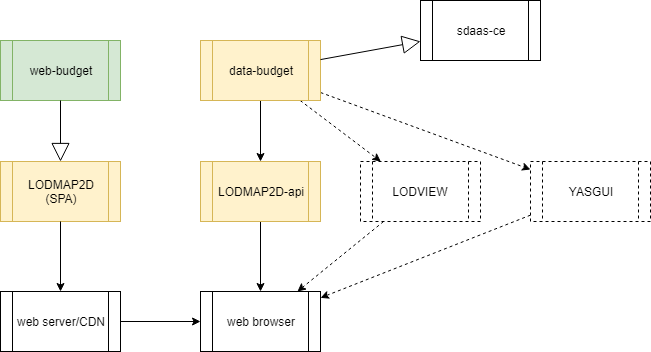
Earlier version of the draw.io export doc/architecture.png (g0v-it/web-budget). Source tidied: cells renumbered, new cells last; positions are measured from the earlier drawing's top-left corner, leaving out a move shared by most shapes.
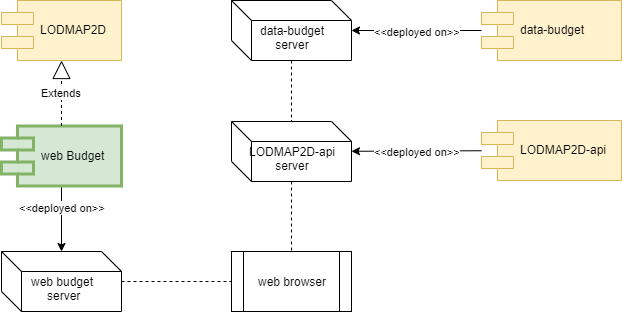
Above is the later version.

The edit, as a diff of the source:
```diff
@@ -2,62 +2,63 @@
   <root>
     <mxCell id="0" />
     <mxCell id="1" parent="0" />
-    <mxCell id="2" style="edgeStyle=none;rounded=0;jettySize=auto;html=1;" parent="1" edge="1" source="10" target="5">
+    <mxCell id="2" style="edgeStyle=orthogonalEdgeStyle;rounded=0;jettySize=auto;html=1;dashed=1;endArrow=none;endFill=0;" parent="1" edge="1" source="10" target="5">
       <mxGeometry relative="1" as="geometry" />
     </mxCell>
-    <mxCell id="3" style="edgeStyle=none;rounded=0;jettySize=auto;html=1;dashed=1;" parent="1" edge="1" source="10" target="8">
-      <mxGeometry relative="1" as="geometry" />
-    </mxCell>
-    <mxCell id="4" style="rounded=0;jettySize=auto;html=1;" parent="1" edge="1" source="5" target="16">
+    <mxCell id="4" style="rounded=0;jettySize=auto;html=1;dashed=1;endArrow=none;endFill=0;" parent="1" edge="1" source="5" target="16">
       <mxGeometry relative="1" as="geometry" />
     </mxCell>
-    <mxCell id="5" value="LODMAP2D-api" style="shape=process;whiteSpace=wrap;html=1;backgroundOutline=1;fillColor=#fff2cc;strokeColor=#d6b656;" parent="1" vertex="1">
+    <mxCell id="5" value="&lt;br&gt;LODMAP2D-api&lt;br&gt;server" style="shape=cube;whiteSpace=wrap;html=1;backgroundOutline=1;" parent="1" vertex="1">
       <mxGeometry x="200" y="161" width="120" height="60" as="geometry" />
     </mxCell>
-    <mxCell id="6" value="LODMAP2D&lt;br&gt;(SPA)" style="shape=process;whiteSpace=wrap;html=1;backgroundOutline=1;fillColor=#fff2cc;strokeColor=#d6b656;" parent="1" vertex="1">
-      <mxGeometry y="161" width="120" height="60" as="geometry" />
-    </mxCell>
-    <mxCell id="7" style="edgeStyle=none;rounded=0;jettySize=auto;html=1;startArrow=none;startFill=0;dashed=1;" parent="1" edge="1" source="8" target="16">
-      <mxGeometry relative="1" as="geometry" />
-    </mxCell>
-    <mxCell id="8" value="LODVIEW" style="shape=process;whiteSpace=wrap;html=1;backgroundOutline=1;fillColor=#ffffff;strokeColor=#000000;dashed=1;" parent="1" vertex="1">
-      <mxGeometry x="360" y="161" width="120" height="60" as="geometry" />
-    </mxCell>
-    <mxCell id="9" style="rounded=0;jettySize=auto;html=1;dashed=1;" parent="1" edge="1" source="10" target="12">
-      <mxGeometry relative="1" as="geometry" />
-    </mxCell>
-    <mxCell id="10" value="data-budget" style="shape=process;whiteSpace=wrap;html=1;backgroundOutline=1;fillColor=#fff2cc;strokeColor=#d6b656;" parent="1" vertex="1">
+    <mxCell id="10" value="&lt;br&gt;data-budget&lt;br&gt;server" style="shape=cube;whiteSpace=wrap;html=1;backgroundOutline=1;" parent="1" vertex="1">
       <mxGeometry x="200" y="40" width="120" height="60" as="geometry" />
     </mxCell>
-    <mxCell id="11" style="edgeStyle=none;rounded=0;jettySize=auto;html=1;startArrow=none;startFill=0;dashed=1;" parent="1" edge="1" source="12" target="16">
-      <mxGeometry relative="1" as="geometry" />
-    </mxCell>
-    <mxCell id="12" value="YASGUI" style="shape=process;whiteSpace=wrap;html=1;backgroundOutline=1;fillColor=#ffffff;strokeColor=#000000;dashed=1;" parent="1" vertex="1">
-      <mxGeometry x="530" y="161" width="120" height="60" as="geometry" />
-    </mxCell>
-    <mxCell id="13" style="edgeStyle=none;rounded=0;jettySize=auto;html=1;startArrow=none;startFill=0;" parent="1" edge="1" source="6" target="14">
+    <mxCell id="13" style="edgeStyle=none;rounded=0;jettySize=auto;html=1;startArrow=none;startFill=0;" parent="1" edge="1" source="22" target="14">
       <mxGeometry relative="1" as="geometry" />
     </mxCell>
+    <mxCell id="21" value="&lt;font style=&quot;font-size: 11px&quot;&gt;&amp;lt;&amp;lt;deployed on&amp;gt;&amp;gt;&lt;/font&gt;" style="text;html=1;align=center;verticalAlign=middle;labelBackgroundColor=#ffffff;" parent="13" vertex="1">
+      <mxGeometry x="-0.37" relative="1" as="geometry" />
+    </mxCell>
-    <mxCell id="14" value="web server/CDN" style="shape=process;whiteSpace=wrap;html=1;backgroundOutline=1;" parent="1" vertex="1">
-      <mxGeometry y="291" width="120" height="60" as="geometry" />
+    <mxCell id="14" value="&lt;br&gt;web budget&lt;br&gt;&amp;nbsp;server" style="shape=cube;whiteSpace=wrap;html=1;backgroundOutline=1;" parent="1" vertex="1">
+      <mxGeometry x="-30" y="291" width="120" height="60" as="geometry" />
     </mxCell>
-    <mxCell id="15" style="rounded=0;jettySize=auto;html=1;" parent="1" edge="1" source="14" target="16">
+    <mxCell id="15" style="rounded=0;jettySize=auto;html=1;dashed=1;endArrow=none;endFill=0;" parent="1" edge="1" source="14" target="16">
       <mxGeometry relative="1" as="geometry" />
     </mxCell>
     <mxCell id="16" value="web browser" style="shape=process;whiteSpace=wrap;html=1;backgroundOutline=1;" parent="1" vertex="1">
       <mxGeometry x="200" y="291" width="120" height="60" as="geometry" />
     </mxCell>
-    <mxCell id="17" value="web-budget" style="shape=process;whiteSpace=wrap;html=1;backgroundOutline=1;fillColor=#d5e8d4;strokeColor=#82b366;" parent="1" vertex="1">
-      <mxGeometry y="40" width="120" height="60" as="geometry" />
-    </mxCell>
-    <mxCell id="18" style="endArrow=block;endSize=16;endFill=0;html=1;" parent="1" edge="1" source="17" target="6">
-      <mxGeometry x="-0.02" relative="1" as="geometry" />
-    </mxCell>
-    <mxCell id="19" value="sdaas-ce" style="shape=process;whiteSpace=wrap;html=1;backgroundOutline=1;" parent="1" vertex="1">
-      <mxGeometry x="420" width="120" height="60" as="geometry" />
-    </mxCell>
-    <mxCell id="20" style="endArrow=block;endSize=16;endFill=0;html=1;" parent="1" edge="1" source="10" target="19">
-      <mxGeometry x="-0.02" relative="1" as="geometry" />
-    </mxCell>
+    <mxCell id="22" value="web Budget" style="shape=component;align=left;spacingLeft=36;strokeWidth=3;fillColor=#d5e8d4;strokeColor=#82b366;" parent="1" vertex="1">
+      <mxGeometry x="-30" y="165.5" width="120" height="60" as="geometry" />
+    </mxCell>
+    <mxCell id="23" value="LODMAP2D" style="shape=component;align=left;spacingLeft=36;strokeWidth=1;fillColor=#fff2cc;strokeColor=#d6b656;" parent="1" vertex="1">
+      <mxGeometry x="-30" y="40" width="120" height="60" as="geometry" />
+    </mxCell>
+    <mxCell id="24" value="Extends" style="endArrow=block;endSize=16;endFill=0;html=1;dashed=1;" parent="1" edge="1" source="22" target="23">
+      <mxGeometry relative="1" as="geometry" />
+    </mxCell>
+    <mxCell id="25" value="data-budget" style="shape=component;align=left;spacingLeft=36;strokeWidth=1;fillColor=#fff2cc;strokeColor=#d6b656;" parent="1" vertex="1">
+      <mxGeometry x="450" y="40" width="140" height="60" as="geometry" />
+    </mxCell>
+    <mxCell id="26" value="LODMAP2D-api" style="shape=component;align=left;spacingLeft=36;strokeWidth=1;fillColor=#fff2cc;strokeColor=#d6b656;" parent="1" vertex="1">
+      <mxGeometry x="450" y="160" width="140" height="60" as="geometry" />
+    </mxCell>
+    <mxCell id="27" style="edgeStyle=none;rounded=0;jettySize=auto;html=1;startArrow=none;startFill=0;" parent="1" edge="1" source="25" target="10">
+      <mxGeometry relative="1" as="geometry" />
+    </mxCell>
+    <mxCell id="28" value="&lt;font style=&quot;font-size: 11px&quot;&gt;&amp;lt;&amp;lt;deployed on&amp;gt;&amp;gt;&lt;/font&gt;" style="text;html=1;align=center;verticalAlign=middle;labelBackgroundColor=#ffffff;" parent="27" vertex="1">
+      <mxGeometry x="-0.37" relative="1" as="geometry">
+        <mxPoint x="-24" as="offset" />
+      </mxGeometry>
+    </mxCell>
+    <mxCell id="29" style="edgeStyle=none;rounded=0;jettySize=auto;html=1;startArrow=none;startFill=0;" parent="1" edge="1" source="26" target="5">
+      <mxGeometry relative="1" as="geometry" />
+    </mxCell>
+    <mxCell id="30" value="&lt;font style=&quot;font-size: 11px&quot;&gt;&amp;lt;&amp;lt;deployed on&amp;gt;&amp;gt;&lt;/font&gt;" style="text;html=1;align=center;verticalAlign=middle;labelBackgroundColor=#ffffff;" parent="29" vertex="1">
+      <mxGeometry x="-0.37" relative="1" as="geometry">
+        <mxPoint x="-24" as="offset" />
+      </mxGeometry>
+    </mxCell>
   </root>
 </mxGraphModel>
```
